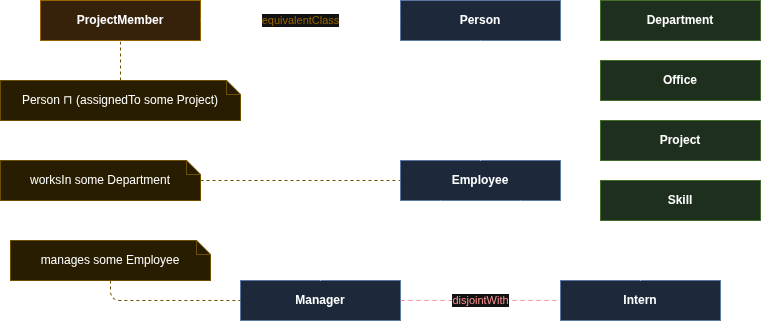
This is img/class-hierarchy.drawio.png from valdi-at/rsbp-d-ontology-protege, a draw.io export, as it was before one commit. Source tidied: cells renumbered, new cells last; positions are measured from the earlier drawing's top-left corner, leaving out a move shared by most shapes.
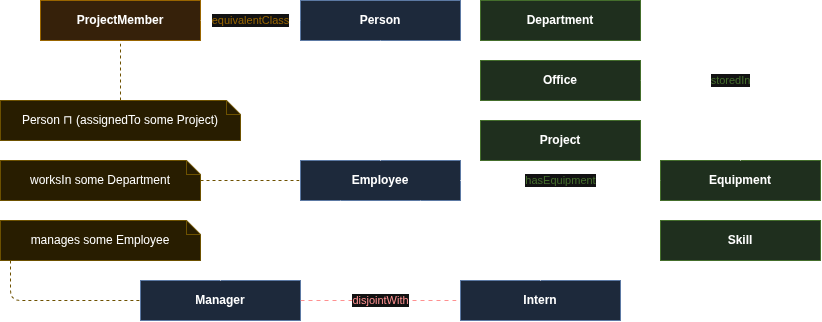
Later version of the same file.

Change to the diagram source:
```diff
@@ -15,28 +15,31 @@
       <mxGeometry x="560" y="280" width="160" height="40" as="geometry" />
     </mxCell>
     <mxCell id="6" value="Department" style="rounded=0;whiteSpace=wrap;html=1;fillColor=#d5e8d4;strokeColor=#82b366;fontStyle=1;" parent="1" vertex="1">
-      <mxGeometry x="600" width="160" height="40" as="geometry" />
+      <mxGeometry x="580" width="160" height="40" as="geometry" />
     </mxCell>
     <mxCell id="7" value="Office" style="rounded=0;whiteSpace=wrap;html=1;fillColor=#d5e8d4;strokeColor=#82b366;fontStyle=1;" parent="1" vertex="1">
-      <mxGeometry x="600" y="60" width="160" height="40" as="geometry" />
+      <mxGeometry x="580" y="60" width="160" height="40" as="geometry" />
     </mxCell>
     <mxCell id="8" value="Project" style="rounded=0;whiteSpace=wrap;html=1;fillColor=#d5e8d4;strokeColor=#82b366;fontStyle=1;" parent="1" vertex="1">
-      <mxGeometry x="600" y="120" width="160" height="40" as="geometry" />
+      <mxGeometry x="580" y="120" width="160" height="40" as="geometry" />
     </mxCell>
     <mxCell id="9" value="Skill" style="rounded=0;whiteSpace=wrap;html=1;fillColor=#d5e8d4;strokeColor=#82b366;fontStyle=1;" parent="1" vertex="1">
-      <mxGeometry x="600" y="180" width="160" height="40" as="geometry" />
+      <mxGeometry x="760" y="220" width="160" height="40" as="geometry" />
     </mxCell>
+    <mxCell id="22" value="Equipment" style="rounded=0;whiteSpace=wrap;html=1;fillColor=#d5e8d4;strokeColor=#82b366;fontStyle=1;" parent="1" vertex="1">
+      <mxGeometry x="760" y="160" width="160" height="40" as="geometry" />
+    </mxCell>
     <mxCell id="10" value="ProjectMember" style="rounded=0;whiteSpace=wrap;html=1;fillColor=#ffe6cc;strokeColor=#d79b00;fontStyle=1;" parent="1" vertex="1">
-      <mxGeometry x="40" width="160" height="40" as="geometry" />
+      <mxGeometry x="140" width="160" height="40" as="geometry" />
     </mxCell>
     <mxCell id="11" value="worksIn some Department" style="shape=note;whiteSpace=wrap;html=1;fillColor=#fff2cc;strokeColor=#d6b656;size=14;" parent="1" vertex="1">
-      <mxGeometry y="160" width="200" height="40" as="geometry" />
+      <mxGeometry x="100" y="160" width="200" height="40" as="geometry" />
     </mxCell>
     <mxCell id="12" value="manages some Employee" style="shape=note;whiteSpace=wrap;html=1;fillColor=#fff2cc;strokeColor=#d6b656;size=14;" parent="1" vertex="1">
-      <mxGeometry x="10" y="240" width="200" height="40" as="geometry" />
+      <mxGeometry x="100" y="220" width="200" height="40" as="geometry" />
     </mxCell>
     <mxCell id="13" value="Person ⊓ (assignedTo some Project)" style="shape=note;whiteSpace=wrap;html=1;fillColor=#fff2cc;strokeColor=#d6b656;size=14;" parent="1" vertex="1">
-      <mxGeometry y="80" width="240" height="40" as="geometry" />
+      <mxGeometry x="100" y="100" width="240" height="40" as="geometry" />
     </mxCell>
     <mxCell id="14" style="edgeStyle=orthogonalEdgeStyle;rounded=0;html=1;endArrow=block;endFill=0;endSize=14;exitX=0.5;exitY=0;entryX=0.5;entryY=1;" parent="1" edge="1" source="3" target="2">
       <mxGeometry relative="1" as="geometry" />
@@ -66,5 +69,11 @@
     <mxCell id="21" style="html=1;endArrow=none;startArrow=none;dashed=1;strokeColor=#d6b656;" parent="1" edge="1" source="13" target="10">
       <mxGeometry relative="1" as="geometry" />
     </mxCell>
+    <mxCell id="23" value="hasEquipment" style="edgeStyle=orthogonalEdgeStyle;html=1;endArrow=open;endFill=0;fontColor=#82b366;exitX=1;exitY=0.5;entryX=0;entryY=0.5;" parent="1" edge="1" source="3" target="22">
+      <mxGeometry relative="1" as="geometry" />
+    </mxCell>
+    <mxCell id="24" value="storedIn" style="edgeStyle=orthogonalEdgeStyle;html=1;endArrow=open;endFill=0;fontColor=#82b366;exitX=0.5;exitY=0;entryX=1;entryY=0.5;" parent="1" edge="1" source="22" target="7">
+      <mxGeometry relative="1" as="geometry" />
+    </mxCell>
   </root>
 </mxGraphModel>
```
